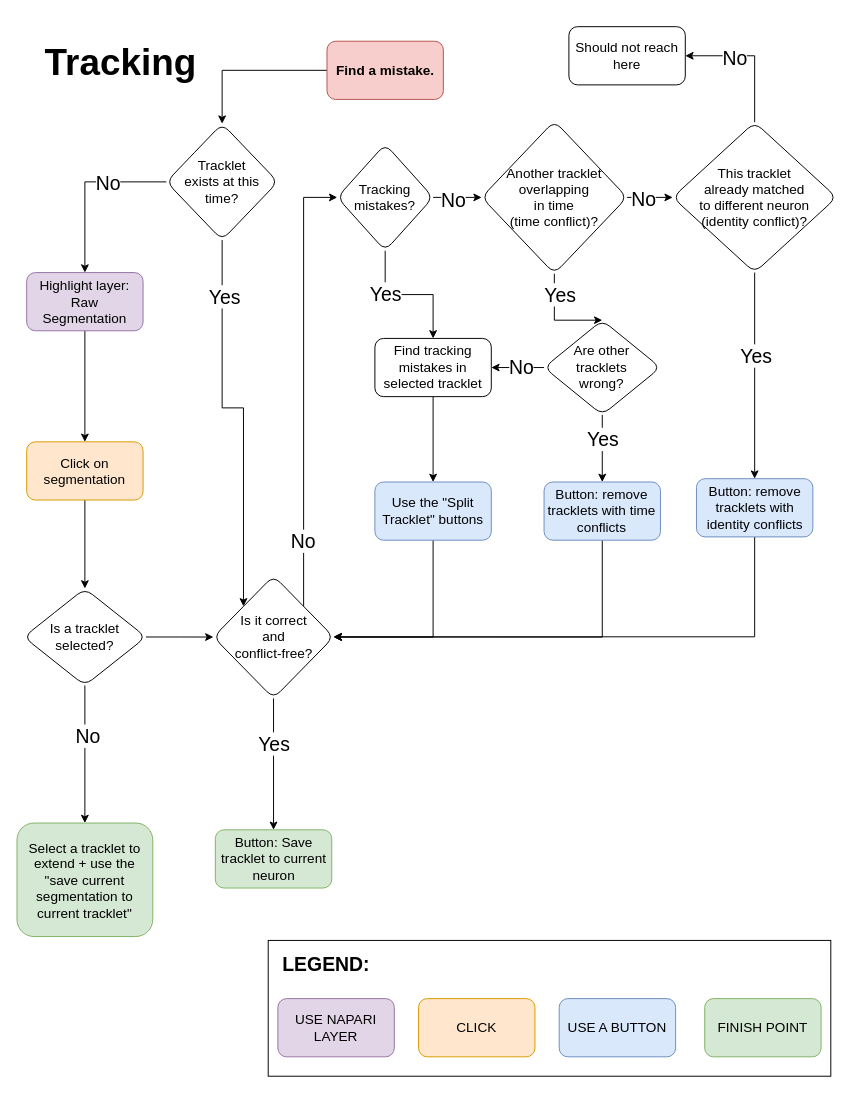
Above: page "Tracking_workflow_version2" (2 of 5) of docs/workflow_diagrams.drawio in ch9nuk9/wbfm (draw.io), before the change. Source tidied: cells renumbered, new cells numbered last; positions are measured from the earlier drawing's top-left corner, leaving out a move shared by most shapes. Both pictures are drawn from the tidied source at 97%, with x=0, y=0 at pixel (16, 26).
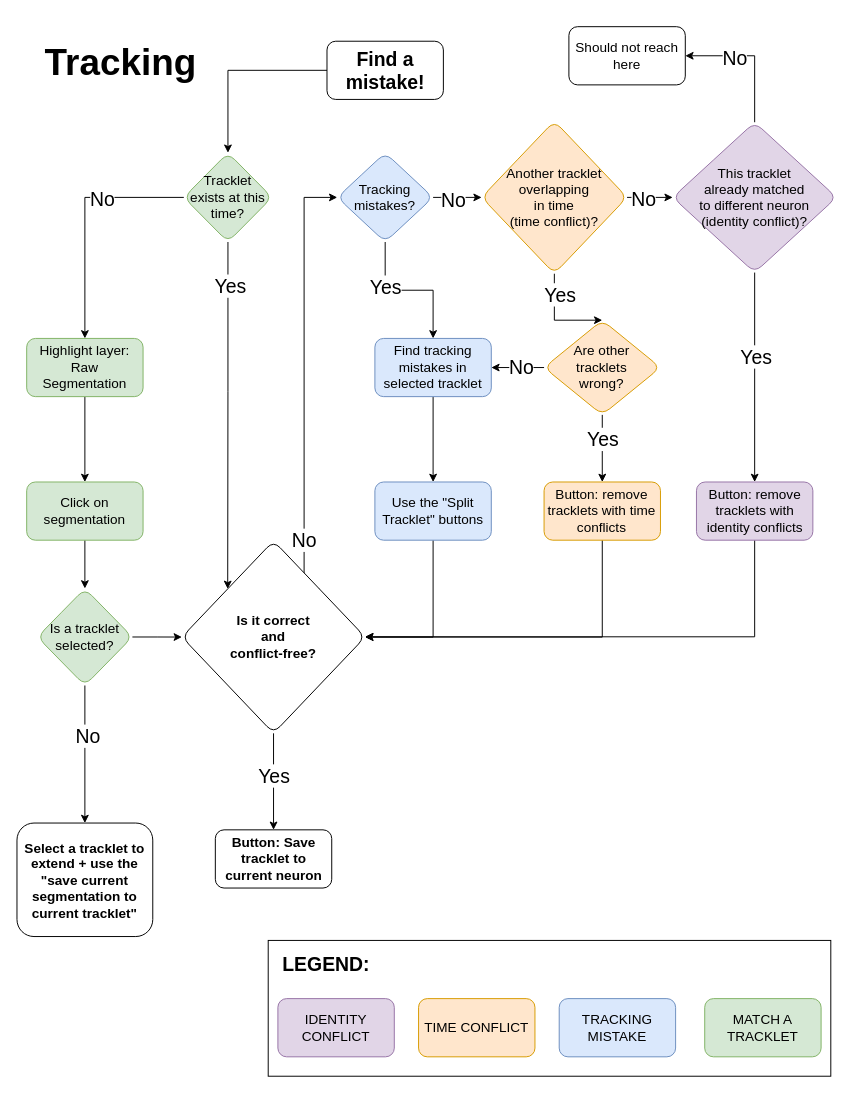
After the change.

Commit message:
Finalize coloring on diagram

What changed in the source:
```diff
@@
-    <mxCell id="3" value="&lt;b&gt;Find a mistake.&lt;/b&gt;" style="rounded=1;whiteSpace=wrap;html=1;fillColor=#f8cecc;strokeColor=#b85450;fontSize=14;" parent="1" vertex="1">
+    <mxCell id="3" value="&lt;b&gt;&lt;font style=&quot;font-size: 20px;&quot;&gt;Find a mistake!&lt;/font&gt;&lt;/b&gt;" style="rounded=1;whiteSpace=wrap;html=1;fontSize=14;" parent="1" vertex="1">
       <mxGeometry x="319.6" y="15" width="120" height="60" as="geometry" />
     </mxCell>
@@
-    <mxCell id="5" value="Highlight layer:&lt;br style=&quot;font-size: 14px;&quot;&gt;Raw Segmentation" style="rounded=1;whiteSpace=wrap;html=1;fillColor=#e1d5e7;strokeColor=#9673a6;fontSize=14;" parent="1" vertex="1">
-      <mxGeometry x="10" y="253.5" width="120" height="60" as="geometry" />
+    <mxCell id="5" value="Highlight layer:&lt;br style=&quot;font-size: 14px;&quot;&gt;Raw Segmentation" style="rounded=1;whiteSpace=wrap;html=1;fontSize=14;fillColor=#d5e8d4;strokeColor=#82b366;" parent="1" vertex="1">
+      <mxGeometry x="10" y="321.4" width="120" height="60" as="geometry" />
     </mxCell>
@@
-    <mxCell id="7" value="Click on segmentation" style="rounded=1;whiteSpace=wrap;html=1;fillColor=#ffe6cc;strokeColor=#d79b00;fontSize=14;" parent="1" vertex="1">
-      <mxGeometry x="10" y="428" width="120" height="60" as="geometry" />
+    <mxCell id="7" value="Click on segmentation" style="rounded=1;whiteSpace=wrap;html=1;fontSize=14;fillColor=#d5e8d4;strokeColor=#82b366;" parent="1" vertex="1">
+      <mxGeometry x="10" y="469.4" width="120" height="60" as="geometry" />
     </mxCell>
-    <mxCell id="8" value="Select a tracklet to extend + use the &quot;save current segmentation to current tracklet&quot;" style="rounded=1;whiteSpace=wrap;html=1;fillColor=#d5e8d4;strokeColor=#82b366;fontSize=14;" parent="1" vertex="1">
+    <mxCell id="8" value="Select a tracklet to extend + use the &quot;save current segmentation to current tracklet&quot;" style="rounded=1;whiteSpace=wrap;html=1;fontSize=14;fontStyle=1;" parent="1" vertex="1">
       <mxGeometry y="821" width="140" height="117" as="geometry" />
     </mxCell>
@@
-    <mxCell id="13" value="Is it correct &lt;br&gt;and &lt;br&gt;conflict-free?" style="rhombus;whiteSpace=wrap;html=1;fontFamily=Helvetica;fontSize=14;fontColor=default;align=center;strokeColor=default;fillColor=default;rounded=1;" parent="1" vertex="1">
-      <mxGeometry x="202.5" y="566" width="124" height="126.5" as="geometry" />
+    <mxCell id="13" value="&lt;b&gt;Is it correct &lt;br&gt;and &lt;br&gt;conflict-free?&lt;/b&gt;" style="rhombus;whiteSpace=wrap;html=1;fontFamily=Helvetica;fontSize=14;align=center;rounded=1;" parent="1" vertex="1">
+      <mxGeometry x="170" y="530" width="189" height="198.5" as="geometry" />
     </mxCell>
-    <mxCell id="14" value="Button: Save tracklet to current neuron" style="rounded=1;whiteSpace=wrap;html=1;fillColor=#d5e8d4;strokeColor=#82b366;fontSize=14;" parent="1" vertex="1">
+    <mxCell id="14" value="Button: Save tracklet to current neuron" style="rounded=1;whiteSpace=wrap;html=1;fontSize=14;fontStyle=1;" parent="1" vertex="1">
       <mxGeometry x="204.5" y="828" width="120" height="60" as="geometry" />
     </mxCell>
@@
-    <mxCell id="16" value="FINISH POINT" style="rounded=1;whiteSpace=wrap;html=1;fillColor=#d5e8d4;strokeColor=#82b366;fontSize=14;" parent="1" vertex="1">
+    <mxCell id="16" value="MATCH A TRACKLET" style="rounded=1;whiteSpace=wrap;html=1;fillColor=#d5e8d4;strokeColor=#82b366;fontSize=14;" parent="1" vertex="1">
       <mxGeometry x="709" y="1002" width="120" height="60" as="geometry" />
     </mxCell>
-    <mxCell id="17" value="USE A BUTTON" style="rounded=1;whiteSpace=wrap;html=1;fillColor=#dae8fc;strokeColor=#6c8ebf;fontSize=14;" parent="1" vertex="1">
+    <mxCell id="17" value="TRACKING MISTAKE" style="rounded=1;whiteSpace=wrap;html=1;fillColor=#dae8fc;strokeColor=#6c8ebf;fontSize=14;" parent="1" vertex="1">
       <mxGeometry x="559" y="1002" width="120" height="60" as="geometry" />
     </mxCell>
@@
-    <mxCell id="19" value="CLICK" style="rounded=1;whiteSpace=wrap;html=1;fillColor=#ffe6cc;strokeColor=#d79b00;fontSize=14;" parent="1" vertex="1">
+    <mxCell id="19" value="TIME CONFLICT" style="rounded=1;whiteSpace=wrap;html=1;fillColor=#ffe6cc;strokeColor=#d79b00;fontSize=14;" parent="1" vertex="1">
       <mxGeometry x="414" y="1002" width="120" height="60" as="geometry" />
     </mxCell>
-    <mxCell id="20" value="USE NAPARI LAYER" style="rounded=1;whiteSpace=wrap;html=1;fillColor=#e1d5e7;strokeColor=#9673a6;fontSize=14;" parent="1" vertex="1">
+    <mxCell id="20" value="IDENTITY&lt;br&gt;CONFLICT" style="rounded=1;whiteSpace=wrap;html=1;fillColor=#e1d5e7;strokeColor=#9673a6;fontSize=14;" parent="1" vertex="1">
       <mxGeometry x="269" y="1002" width="120" height="60" as="geometry" />
     </mxCell>
@@
-    <mxCell id="26" value="Tracklet &lt;br&gt;exists at this time?" style="rhombus;whiteSpace=wrap;html=1;fontSize=14;rounded=1;" parent="1" vertex="1">
-      <mxGeometry x="154" y="100" width="115" height="120" as="geometry" />
+    <mxCell id="26" value="Tracklet &lt;br&gt;exists at this time?" style="rhombus;whiteSpace=wrap;html=1;fontSize=14;rounded=1;fillColor=#d5e8d4;strokeColor=#82b366;" parent="1" vertex="1">
+      <mxGeometry x="172" y="130" width="91" height="92" as="geometry" />
     </mxCell>
@@
-    <mxCell id="30" value="Is a tracklet selected?" style="rhombus;whiteSpace=wrap;html=1;fontSize=14;rounded=1;" parent="1" vertex="1">
-      <mxGeometry x="7" y="579.2" width="126" height="100" as="geometry" />
+    <mxCell id="30" value="Is a tracklet selected?" style="rhombus;whiteSpace=wrap;html=1;fontSize=14;rounded=1;fillColor=#d5e8d4;strokeColor=#82b366;" parent="1" vertex="1">
+      <mxGeometry x="21" y="579.2" width="98" height="100" as="geometry" />
     </mxCell>
@@
-    <mxCell id="35" value="Tracking mistakes?" style="rhombus;whiteSpace=wrap;html=1;fontSize=14;rounded=1;" parent="1" vertex="1">
-      <mxGeometry x="330.2" y="121" width="98.8" height="110" as="geometry" />
+    <mxCell id="35" value="Tracking mistakes?" style="rhombus;whiteSpace=wrap;html=1;fontSize=14;rounded=1;fillColor=#dae8fc;strokeColor=#6c8ebf;" parent="1" vertex="1">
+      <mxGeometry x="330.2" y="130" width="98.8" height="92" as="geometry" />
     </mxCell>
@@
-    <mxCell id="40" value="Another tracklet overlapping &lt;br&gt;in time &lt;br&gt;(time conflict)?" style="rhombus;whiteSpace=wrap;html=1;fontSize=14;rounded=1;" parent="1" vertex="1">
+    <mxCell id="40" value="Another tracklet overlapping &lt;br&gt;in time &lt;br&gt;(time conflict)?" style="rhombus;whiteSpace=wrap;html=1;fontSize=14;rounded=1;fillColor=#ffe6cc;strokeColor=#d79b00;" parent="1" vertex="1">
       <mxGeometry x="479" y="97.2" width="150" height="157.5" as="geometry" />
     </mxCell>
@@
-    <mxCell id="42" value="Find tracking mistakes in selected tracklet" style="whiteSpace=wrap;html=1;fontSize=14;rounded=1;" parent="1" vertex="1">
+    <mxCell id="42" value="Find tracking mistakes in selected tracklet" style="whiteSpace=wrap;html=1;fontSize=14;rounded=1;fillColor=#dae8fc;strokeColor=#6c8ebf;" parent="1" vertex="1">
       <mxGeometry x="369" y="321.4" width="120" height="60" as="geometry" />
     </mxCell>
@@
-    <mxCell id="49" value="This tracklet &lt;br&gt;already matched&lt;br style=&quot;border-color: var(--border-color);&quot;&gt;to different neuron &lt;br&gt;(identity conflict)?" style="rhombus;whiteSpace=wrap;html=1;fontSize=14;rounded=1;" parent="1" vertex="1">
+    <mxCell id="49" value="This tracklet &lt;br&gt;already matched&lt;br style=&quot;border-color: var(--border-color);&quot;&gt;to different neuron &lt;br&gt;(identity conflict)?" style="rhombus;whiteSpace=wrap;html=1;fontSize=14;rounded=1;fillColor=#e1d5e7;strokeColor=#9673a6;" parent="1" vertex="1">
       <mxGeometry x="676" y="98.5" width="169" height="155" as="geometry" />
     </mxCell>
@@
-    <mxCell id="54" value="Are other &lt;br&gt;tracklets &lt;br&gt;wrong?" style="rhombus;whiteSpace=wrap;html=1;fontSize=14;rounded=1;" parent="1" vertex="1">
+    <mxCell id="54" value="Are other &lt;br&gt;tracklets &lt;br&gt;wrong?" style="rhombus;whiteSpace=wrap;html=1;fontSize=14;rounded=1;fillColor=#ffe6cc;strokeColor=#d79b00;" parent="1" vertex="1">
       <mxGeometry x="543.4" y="302.6" width="120" height="97.6" as="geometry" />
     </mxCell>
@@
-    <mxCell id="56" value="Button: remove tracklets with time conflicts" style="rounded=1;whiteSpace=wrap;html=1;fontSize=14;fillColor=#dae8fc;strokeColor=#6c8ebf;" parent="1" vertex="1">
+    <mxCell id="56" value="Button: remove tracklets with time conflicts" style="rounded=1;whiteSpace=wrap;html=1;fontSize=14;fillColor=#ffe6cc;strokeColor=#d79b00;" parent="1" vertex="1">
       <mxGeometry x="543.4" y="469.4" width="120" height="60" as="geometry" />
     </mxCell>
@@
-    <mxCell id="59" value="Button: remove tracklets with identity conflicts" style="whiteSpace=wrap;html=1;fontSize=14;rounded=1;fillColor=#dae8fc;strokeColor=#6c8ebf;" parent="1" vertex="1">
-      <mxGeometry x="700.5" y="466" width="120" height="60" as="geometry" />
+    <mxCell id="59" value="Button: remove tracklets with identity conflicts" style="whiteSpace=wrap;html=1;fontSize=14;rounded=1;fillColor=#e1d5e7;strokeColor=#9673a6;" parent="1" vertex="1">
+      <mxGeometry x="700.5" y="469.4" width="120" height="60" as="geometry" />
     </mxCell>
```
